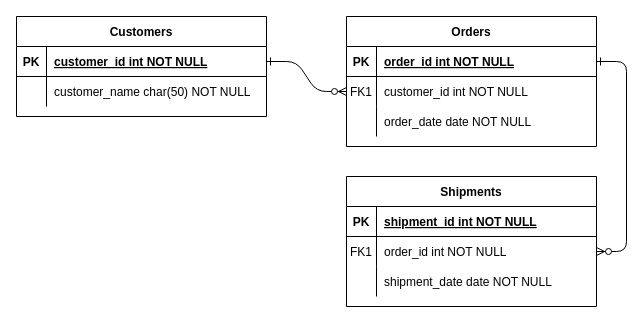
Before: ER다이어그램(자산관리앱).drawio in GunwooJo/AssetManagement, a draw.io diagram. Source tidied: cells renumbered, new cells numbered last; positions are measured from the earlier drawing's top-left corner, leaving out a move shared by most shapes. Both pictures are drawn from the tidied source at 100%, with x=0, y=0 at pixel (16, 16).
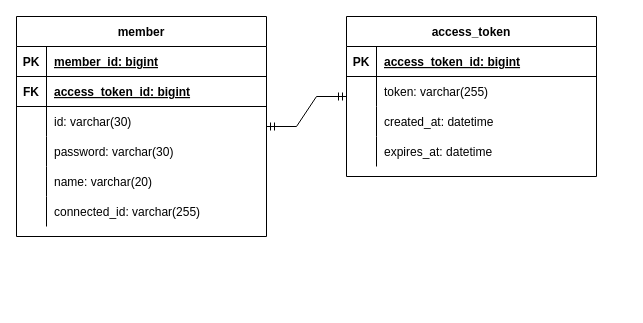
The same page after the edit.

Commit message:
member, access_token 테이블 업데이트

The change refers to these unchanged cells:
```xml
<mxCell id="5" style="shape=partialRectangle;fillColor=none;points=[[0,0.5],[1,0.5]];portConstraint=eastwest;top=0;left=0;right=0;bottom=1;" parent="4" vertex="1">
  <mxGeometry y="30" width="250" height="30" as="geometry" />
</mxCell>
<mxCell id="8" style="shape=partialRectangle;fillColor=none;points=[[0,0.5],[1,0.5]];portConstraint=eastwest;top=0;left=0;right=0;bottom=0;" parent="4" vertex="1">
  <mxGeometry y="60" width="250" height="30" as="geometry" />
</mxCell>
<mxCell id="11" style="shape=partialRectangle;fillColor=none;top=0;left=0;right=0;bottom=0;" parent="4" vertex="1">
  <mxGeometry y="90" width="250" height="30" as="geometry" />
</mxCell>
<mxCell id="25" style="shape=partialRectangle;fillColor=none;points=[[0,0.5],[1,0.5]];portConstraint=eastwest;top=0;left=0;right=0;bottom=1;" parent="24" vertex="1">
  <mxGeometry y="30" width="250" height="30" as="geometry" />
</mxCell>
```

What changed in the source:
```diff
@@
-    <mxCell id="2" style="edgeStyle=entityRelationEdgeStyle;endArrow=ERzeroToMany;startArrow=ERone;endFill=1;startFill=0;" parent="1" edge="1" source="25" target="8">
-      <mxGeometry relative="1" as="geometry" />
-    </mxCell>
-    <mxCell id="3" style="edgeStyle=entityRelationEdgeStyle;endArrow=ERzeroToMany;startArrow=ERone;endFill=1;startFill=0;" parent="1" edge="1" source="5" target="18">
-      <mxGeometry relative="1" as="geometry" />
-    </mxCell>
-    <mxCell id="4" value="Orders" style="shape=table;startSize=30;childLayout=tableLayout;rowLines=0;fontStyle=1;align=center;" parent="1" vertex="1">
-      <mxGeometry x="330" width="250" height="130" as="geometry" />
+    <mxCell id="4" value="access_token" style="shape=table;startSize=30;childLayout=tableLayout;rowLines=0;fontStyle=1;align=center;" parent="1" vertex="1">
+      <mxGeometry x="330" width="250" height="160" as="geometry" />
     </mxCell>
@@
-    <mxCell id="7" value="order_id int NOT NULL " style="shape=partialRectangle;overflow=hidden;fillColor=none;top=0;left=0;bottom=0;right=0;align=left;spacingLeft=6;fontStyle=5;" parent="5" vertex="1">
+    <mxCell id="7" value="access_token_id: bigint" style="shape=partialRectangle;overflow=hidden;fillColor=none;top=0;left=0;bottom=0;right=0;align=left;spacingLeft=6;fontStyle=5;" parent="5" vertex="1">
       <mxGeometry x="30" width="220" height="30" as="geometry" />
     </mxCell>
@@
-    <mxCell id="9" value="FK1" style="shape=partialRectangle;overflow=hidden;fillColor=none;top=0;left=0;bottom=0;right=0;" parent="8" vertex="1">
+    <mxCell id="9" style="shape=partialRectangle;overflow=hidden;fillColor=none;top=0;left=0;bottom=0;right=0;" parent="8" vertex="1">
       <mxGeometry width="30" height="30" as="geometry" />
     </mxCell>
-    <mxCell id="10" value="customer_id int NOT NULL" style="shape=partialRectangle;overflow=hidden;fillColor=none;top=0;left=0;bottom=0;right=0;align=left;spacingLeft=6;" parent="8" vertex="1">
+    <mxCell id="10" value="token: varchar(255)" style="shape=partialRectangle;overflow=hidden;fillColor=none;top=0;left=0;bottom=0;right=0;align=left;spacingLeft=6;" parent="8" vertex="1">
       <mxGeometry x="30" width="220" height="30" as="geometry" />
     </mxCell>
@@
-    <mxCell id="13" value="order_date date NOT NULL" style="shape=partialRectangle;overflow=hidden;fillColor=none;top=0;left=0;bottom=0;right=0;align=left;spacingLeft=6;" parent="11" vertex="1">
+    <mxCell id="13" value="created_at: datetime" style="shape=partialRectangle;overflow=hidden;fillColor=none;top=0;left=0;bottom=0;right=0;align=left;spacingLeft=6;" parent="11" vertex="1">
       <mxGeometry x="30" width="220" height="30" as="geometry" />
     </mxCell>
-    <mxCell id="14" value="Shipments" style="shape=table;startSize=30;childLayout=tableLayout;rowLines=0;fontStyle=1;align=center;" parent="1" vertex="1">
-      <mxGeometry x="330" y="160" width="250" height="130" as="geometry" />
-    </mxCell>
-    <mxCell id="15" style="shape=partialRectangle;fillColor=none;top=0;left=0;right=0;bottom=1;" parent="14" vertex="1">
-      <mxGeometry y="30" width="250" height="30" as="geometry" />
-    </mxCell>
-    <mxCell id="16" value="PK" style="shape=partialRectangle;overflow=hidden;fillColor=none;top=0;left=0;bottom=0;right=0;fontStyle=1;" parent="15" vertex="1">
-      <mxGeometry width="30" height="30" as="geometry" />
-    </mxCell>
-    <mxCell id="17" value="shipment_id int NOT NULL " style="shape=partialRectangle;overflow=hidden;fillColor=none;top=0;left=0;bottom=0;right=0;align=left;spacingLeft=6;fontStyle=5;" parent="15" vertex="1">
-      <mxGeometry x="30" width="220" height="30" as="geometry" />
-    </mxCell>
-    <mxCell id="18" style="shape=partialRectangle;fillColor=none;points=[[0,0.5],[1,0.5]];portConstraint=eastwest;top=0;left=0;right=0;bottom=0;" parent="14" vertex="1">
-      <mxGeometry y="60" width="250" height="30" as="geometry" />
-    </mxCell>
-    <mxCell id="19" value="FK1" style="shape=partialRectangle;overflow=hidden;fillColor=none;top=0;left=0;bottom=0;right=0;" parent="18" vertex="1">
-      <mxGeometry width="30" height="30" as="geometry" />
-    </mxCell>
-    <mxCell id="20" value="order_id int NOT NULL" style="shape=partialRectangle;overflow=hidden;fillColor=none;top=0;left=0;bottom=0;right=0;align=left;spacingLeft=6;" parent="18" vertex="1">
-      <mxGeometry x="30" width="220" height="30" as="geometry" />
-    </mxCell>
-    <mxCell id="21" style="shape=partialRectangle;fillColor=none;top=0;left=0;right=0;bottom=0;" parent="14" vertex="1">
-      <mxGeometry y="90" width="250" height="30" as="geometry" />
-    </mxCell>
-    <mxCell id="22" style="shape=partialRectangle;overflow=hidden;fillColor=none;top=0;left=0;bottom=0;right=0;" parent="21" vertex="1">
-      <mxGeometry width="30" height="30" as="geometry" />
-    </mxCell>
-    <mxCell id="23" value="shipment_date date NOT NULL" style="shape=partialRectangle;overflow=hidden;fillColor=none;top=0;left=0;bottom=0;right=0;align=left;spacingLeft=6;" parent="21" vertex="1">
-      <mxGeometry x="30" width="220" height="30" as="geometry" />
-    </mxCell>
+    <mxCell id="31" style="shape=partialRectangle;fillColor=none;top=0;left=0;right=0;bottom=0;" parent="4" vertex="1">
+      <mxGeometry y="120" width="250" height="30" as="geometry" />
+    </mxCell>
+    <mxCell id="32" style="shape=partialRectangle;overflow=hidden;fillColor=none;top=0;left=0;bottom=0;right=0;" parent="31" vertex="1">
+      <mxGeometry width="30" height="30" as="geometry" />
+    </mxCell>
+    <mxCell id="33" value="expires_at: datetime" style="shape=partialRectangle;overflow=hidden;fillColor=none;top=0;left=0;bottom=0;right=0;align=left;spacingLeft=6;" parent="31" vertex="1">
+      <mxGeometry x="30" width="220" height="30" as="geometry" />
+    </mxCell>
-    <mxCell id="24" value="Customers" style="shape=table;startSize=30;childLayout=tableLayout;rowLines=0;fontStyle=1;align=center;" parent="1" vertex="1">
-      <mxGeometry width="250" height="100" as="geometry" />
+    <mxCell id="24" value="member" style="shape=table;startSize=30;childLayout=tableLayout;rowLines=0;fontStyle=1;align=center;" parent="1" vertex="1">
+      <mxGeometry width="250" height="220" as="geometry" />
     </mxCell>
@@
-    <mxCell id="27" value="customer_id int NOT NULL " style="shape=partialRectangle;overflow=hidden;fillColor=none;top=0;left=0;bottom=0;right=0;align=left;spacingLeft=6;fontStyle=5;" parent="25" vertex="1">
+    <mxCell id="27" value="member_id: bigint" style="shape=partialRectangle;overflow=hidden;fillColor=none;top=0;left=0;bottom=0;right=0;align=left;spacingLeft=6;fontStyle=5;" parent="25" vertex="1">
       <mxGeometry x="30" width="220" height="30" as="geometry" />
     </mxCell>
+    <mxCell id="34" style="shape=partialRectangle;fillColor=none;top=0;left=0;right=0;bottom=1;" parent="24" vertex="1">
+      <mxGeometry y="60" width="250" height="30" as="geometry" />
+    </mxCell>
+    <mxCell id="35" value="FK" style="shape=partialRectangle;overflow=hidden;fillColor=none;top=0;left=0;bottom=0;right=0;fontStyle=1;" parent="34" vertex="1">
+      <mxGeometry width="30" height="30" as="geometry" />
+    </mxCell>
+    <mxCell id="36" value="access_token_id: bigint" style="shape=partialRectangle;overflow=hidden;fillColor=none;top=0;left=0;bottom=0;right=0;align=left;spacingLeft=6;fontStyle=5;" parent="34" vertex="1">
+      <mxGeometry x="30" width="220" height="30" as="geometry" />
+    </mxCell>
     <mxCell id="28" style="shape=partialRectangle;fillColor=none;top=0;left=0;right=0;bottom=0;" parent="24" vertex="1">
-      <mxGeometry y="60" width="250" height="30" as="geometry" />
+      <mxGeometry y="90" width="250" height="30" as="geometry" />
     </mxCell>
@@
-    <mxCell id="30" value="customer_name char(50) NOT NULL" style="shape=partialRectangle;overflow=hidden;fillColor=none;top=0;left=0;bottom=0;right=0;align=left;spacingLeft=6;" parent="28" vertex="1">
+    <mxCell id="30" value="id: varchar(30)" style="shape=partialRectangle;overflow=hidden;fillColor=none;top=0;left=0;bottom=0;right=0;align=left;spacingLeft=6;" parent="28" vertex="1">
       <mxGeometry x="30" width="220" height="30" as="geometry" />
     </mxCell>
+    <mxCell id="37" style="shape=partialRectangle;fillColor=none;top=0;left=0;right=0;bottom=0;" parent="24" vertex="1">
+      <mxGeometry y="120" width="250" height="30" as="geometry" />
+    </mxCell>
+    <mxCell id="38" style="shape=partialRectangle;overflow=hidden;fillColor=none;top=0;left=0;bottom=0;right=0;" parent="37" vertex="1">
+      <mxGeometry width="30" height="30" as="geometry" />
+    </mxCell>
+    <mxCell id="39" value="password: varchar(30)" style="shape=partialRectangle;overflow=hidden;fillColor=none;top=0;left=0;bottom=0;right=0;align=left;spacingLeft=6;" parent="37" vertex="1">
+      <mxGeometry x="30" width="220" height="30" as="geometry" />
+    </mxCell>
+    <mxCell id="40" style="shape=partialRectangle;fillColor=none;top=0;left=0;right=0;bottom=0;" parent="24" vertex="1">
+      <mxGeometry y="150" width="250" height="30" as="geometry" />
+    </mxCell>
+    <mxCell id="41" style="shape=partialRectangle;overflow=hidden;fillColor=none;top=0;left=0;bottom=0;right=0;" parent="40" vertex="1">
+      <mxGeometry width="30" height="30" as="geometry" />
+    </mxCell>
+    <mxCell id="42" value="name: varchar(20)" style="shape=partialRectangle;overflow=hidden;fillColor=none;top=0;left=0;bottom=0;right=0;align=left;spacingLeft=6;" parent="40" vertex="1">
+      <mxGeometry x="30" width="220" height="30" as="geometry" />
+    </mxCell>
+    <mxCell id="43" style="shape=partialRectangle;fillColor=none;top=0;left=0;right=0;bottom=0;" parent="24" vertex="1">
+      <mxGeometry y="180" width="250" height="30" as="geometry" />
+    </mxCell>
+    <mxCell id="44" style="shape=partialRectangle;overflow=hidden;fillColor=none;top=0;left=0;bottom=0;right=0;" parent="43" vertex="1">
+      <mxGeometry width="30" height="30" as="geometry" />
+    </mxCell>
+    <mxCell id="45" value="connected_id: varchar(255)" style="shape=partialRectangle;overflow=hidden;fillColor=none;top=0;left=0;bottom=0;right=0;align=left;spacingLeft=6;" parent="43" vertex="1">
+      <mxGeometry x="30" width="220" height="30" as="geometry" />
+    </mxCell>
+    <mxCell id="46" style="edgeStyle=entityRelationEdgeStyle;fontSize=12;html=1;endArrow=ERmandOne;startArrow=ERmandOne;rounded=0;" parent="1" edge="1" source="24" target="4">
+      <mxGeometry relative="1" as="geometry" />
+    </mxCell>
```
